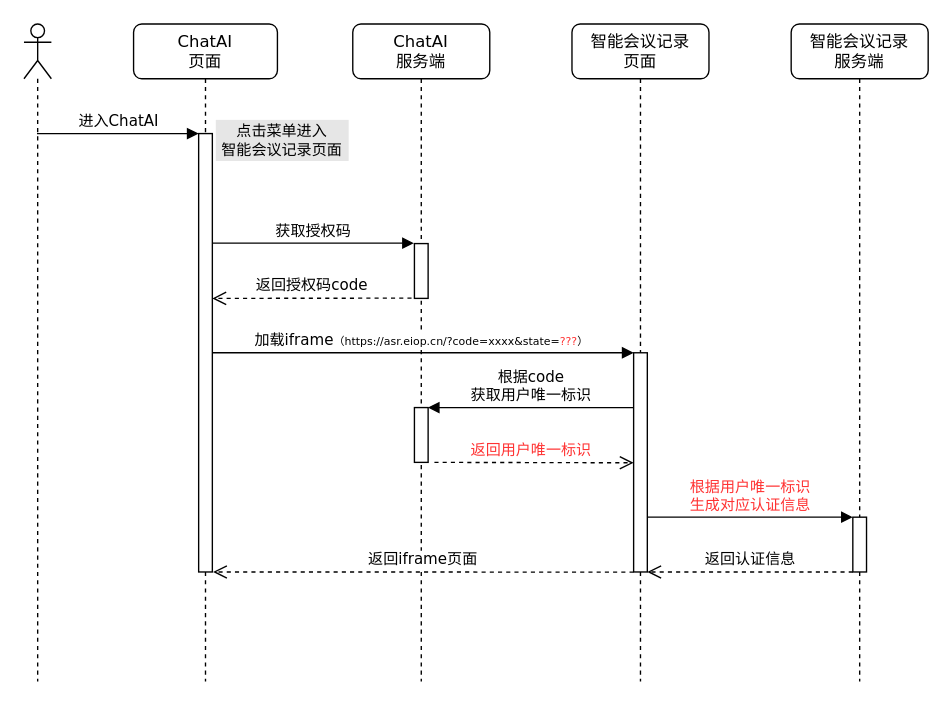
Before: 单点登录策略.drawio in Qunz/drawio, a draw.io diagram. Source tidied: cells renumbered, new cells numbered last; positions are measured from the earlier drawing's top-left corner, leaving out a move shared by most shapes. Both pictures are drawn from the tidied source at 137%, with x=0, y=0 at pixel (23, 23).
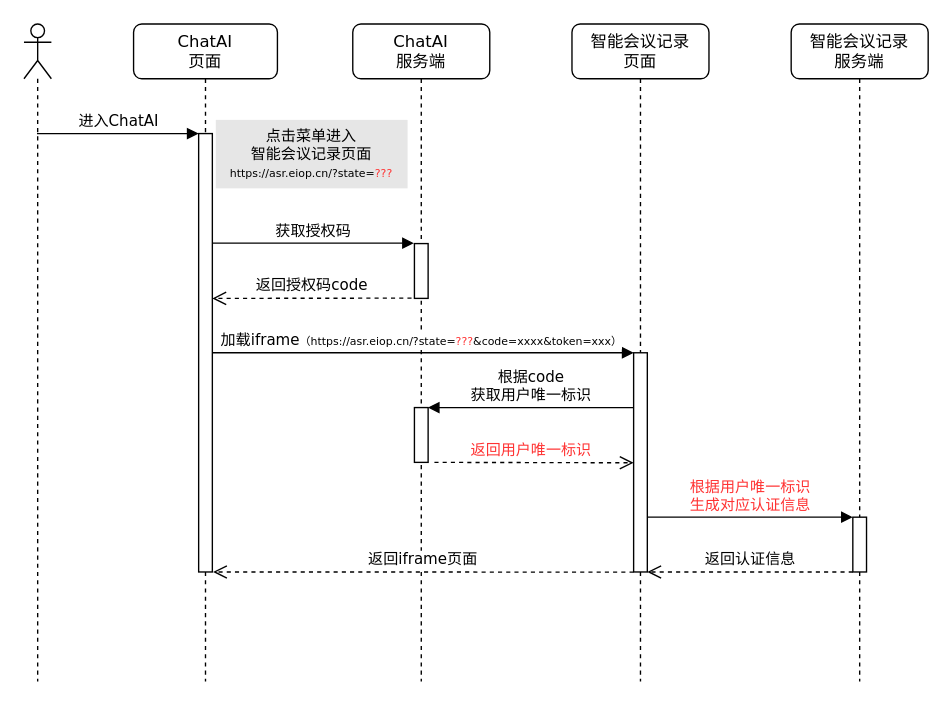
The same page after the edit.

Commit message:
更新单点登录策略.drawio

The change refers to these unchanged cells:
```xml
<mxCell id="5" value="ChatAI&lt;br&gt;页面" style="shape=umlLifeline;perimeter=lifelinePerimeter;whiteSpace=wrap;html=1;rounded=1;shadow=0;comic=0;labelBackgroundColor=none;strokeWidth=1;fontFamily=Verdana;fontSize=12;align=center;" parent="1" vertex="1">
  <mxGeometry x="80" width="105" height="480" as="geometry" />
</mxCell>
<mxCell id="12" style="html=1;points=[];perimeter=orthogonalPerimeter;rounded=0;shadow=0;comic=0;labelBackgroundColor=none;strokeColor=#000000;strokeWidth=1;fillColor=#FFFFFF;fontFamily=Verdana;fontSize=11;fontColor=#000000;align=center;" parent="11" vertex="1">
  <mxGeometry x="45" y="240" width="10" height="160" as="geometry" />
</mxCell>
```

Diff of the diagram source:
```diff
@@
-    <mxCell id="8" value="&lt;span style=&quot;&quot;&gt;加载iframe&lt;span style=&quot;font-size: 8px;&quot;&gt;（https://asr.eiop.cn/?code=xxxx&lt;/span&gt;&lt;span style=&quot;font-size: 8px;&quot;&gt;&amp;amp;state=&lt;/span&gt;&lt;font style=&quot;font-size: 8px;&quot; color=&quot;#ff3333&quot;&gt;???&lt;/font&gt;&lt;span style=&quot;font-size: 8px;&quot;&gt;）&lt;/span&gt;&lt;/span&gt;" style="html=1;verticalAlign=bottom;endArrow=block;labelBackgroundColor=#FFFFFF;fontFamily=Verdana;fontSize=11;edgeStyle=elbowEdgeStyle;elbow=vertical;entryX=0;entryY=0.001;entryDx=0;entryDy=0;entryPerimeter=0;labelBorderColor=none;" parent="5" edge="1" target="12">
+    <mxCell id="8" value="加载iframe&lt;span style=&quot;font-size: 8px;&quot;&gt;（https://asr.eiop.cn/?&lt;/span&gt;&lt;span style=&quot;font-size: 8px;&quot;&gt;state=&lt;/span&gt;&lt;font style=&quot;font-size: 8px;&quot; color=&quot;#ff3333&quot;&gt;???&lt;/font&gt;&lt;font style=&quot;font-size: 8px;&quot;&gt;&amp;amp;&lt;/font&gt;&lt;font style=&quot;font-size: 8px;&quot;&gt;code=xxxx&amp;amp;token=xxx&lt;/font&gt;&lt;span style=&quot;font-size: 8px;&quot;&gt;）&lt;/span&gt;" style="html=1;verticalAlign=bottom;endArrow=block;labelBackgroundColor=#FFFFFF;fontFamily=Verdana;fontSize=11;edgeStyle=elbowEdgeStyle;elbow=vertical;entryX=0;entryY=0.001;entryDx=0;entryDy=0;entryPerimeter=0;labelBorderColor=none;" parent="5" edge="1" target="12">
       <mxGeometry x="-0.01" relative="1" as="geometry">
         <mxPoint x="57.5" y="240" as="sourcePoint" />
       </mxGeometry>
     </mxCell>
@@
-    <mxCell id="16" value="&lt;span style=&quot;font-family: Verdana; text-wrap-mode: nowrap;&quot;&gt;点击菜单进入&lt;/span&gt;&lt;div style=&quot;font-family: Verdana; text-wrap-mode: nowrap;&quot;&gt;智能会议记录页面&lt;/div&gt;" style="text;html=1;align=center;verticalAlign=middle;whiteSpace=wrap;rounded=0;fontSize=11;fillColor=#E6E6E6;" parent="1" vertex="1">
-      <mxGeometry x="140" y="70" width="97" height="30" as="geometry" />
+    <mxCell id="16" value="&lt;span style=&quot;font-family: Verdana; text-wrap-mode: nowrap;&quot;&gt;点击菜单进入&lt;/span&gt;&lt;div style=&quot;font-family: Verdana; text-wrap-mode: nowrap;&quot;&gt;智能会议记录页面&lt;/div&gt;&lt;div style=&quot;font-family: Verdana; text-wrap-mode: nowrap;&quot;&gt;&lt;span style=&quot;font-size: 8px;&quot;&gt;https://asr.eiop.cn/?&lt;/span&gt;&lt;span style=&quot;font-size: 8px;&quot;&gt;state=&lt;/span&gt;&lt;font style=&quot;font-size: 8px;&quot; color=&quot;#ff3333&quot;&gt;???&lt;/font&gt;&lt;/div&gt;" style="text;html=1;align=center;verticalAlign=middle;whiteSpace=wrap;rounded=0;fontSize=11;fillColor=#E6E6E6;" parent="1" vertex="1">
+      <mxGeometry x="140" y="70" width="140" height="50" as="geometry" />
     </mxCell>
```
